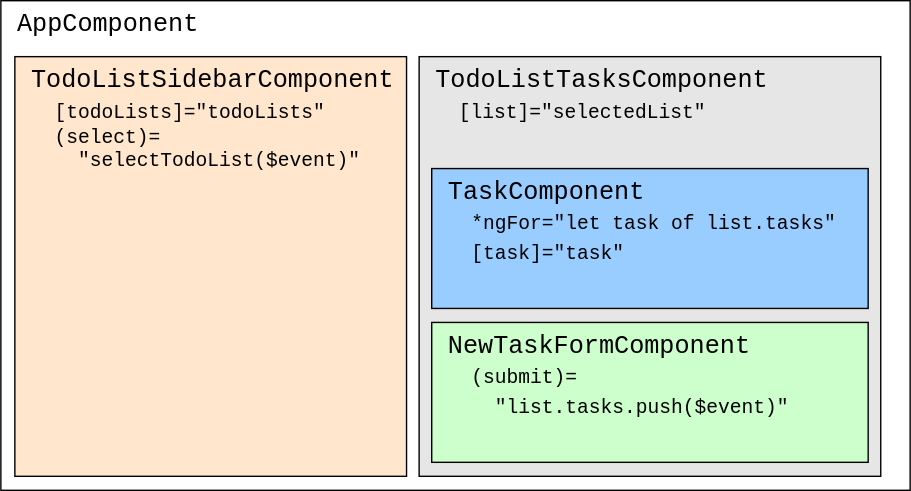
alexanderko/interlink-incamp keeps this draw.io diagram as docs/react/03.1-todo-list-components.svg. Above is the earlier version. Source tidied: cells renumbered, new cells last; positions are measured from the earlier drawing's top-left corner, leaving out a move shared by most shapes. Source of this version:
```xml
<mxGraphModel>
  <root>
    <mxCell id="0" />
    <mxCell id="1" parent="0" />
    <mxCell id="2" value="AppComponent" style="rounded=0;whiteSpace=wrap;html=1;align=left;verticalAlign=top;fontSize=18;fontFamily=Courier New;spacingLeft=10;" parent="1" vertex="1">
      <mxGeometry width="650" height="350" as="geometry" />
    </mxCell>
    <mxCell id="3" value="&lt;span id=&quot;docs-internal-guid-d5a91e3b-7fff-e5bd-03f1-555495b2bece&quot; style=&quot;font-size: 14px&quot;&gt;&lt;p dir=&quot;ltr&quot; style=&quot;line-height: 1.2 ; margin-top: 0pt ; margin-bottom: 0pt&quot;&gt;&lt;span style=&quot;font-size: 18px ; background-color: transparent ; vertical-align: baseline&quot;&gt;TodoListSidebarComponent&lt;/span&gt;&lt;span style=&quot;font-size: 18px ; background-color: transparent ; vertical-align: baseline&quot;&gt;&lt;br style=&quot;font-size: 18px&quot;&gt;&lt;/span&gt;&lt;span style=&quot;font-size: 18px ; background-color: transparent ; vertical-align: baseline&quot;&gt;&lt;span class=&quot;Apple-tab-span&quot; style=&quot;font-size: 18px&quot;&gt;&lt;/span&gt;&lt;/span&gt;&lt;span style=&quot;background-color: transparent ; vertical-align: baseline&quot;&gt;&amp;nbsp; [todoLists]=&quot;todoLists&quot;&lt;br&gt;&lt;/span&gt;&lt;/p&gt;&lt;div style=&quot;text-indent: 0px&quot;&gt;&lt;span style=&quot;background-color: transparent ; text-indent: 36pt&quot;&gt;&amp;nbsp; (select)=&lt;/span&gt;&lt;/div&gt;&lt;div style=&quot;text-indent: 0px&quot;&gt;&lt;span style=&quot;background-color: transparent ; text-indent: 36pt&quot;&gt;&amp;nbsp; &amp;nbsp; &quot;selectTodoList($event)&quot;&lt;/span&gt;&lt;/div&gt;&lt;/span&gt;&lt;p&gt;&lt;/p&gt;&lt;div&gt;&lt;span style=&quot;background-color: transparent ; vertical-align: baseline&quot;&gt;&lt;br style=&quot;font-size: 18px&quot;&gt;&lt;/span&gt;&lt;/div&gt;" style="rounded=0;whiteSpace=wrap;html=1;align=left;verticalAlign=top;fontSize=18;fontFamily=Courier New;spacingLeft=10;fillColor=#FFE6CC;" parent="1" vertex="1">
      <mxGeometry x="10" y="40" width="280" height="300" as="geometry" />
    </mxCell>
    <mxCell id="4" value="&lt;div&gt;TodoListTasksComponent&lt;/div&gt;&lt;div&gt;&lt;font style=&quot;font-size: 14px&quot;&gt;&amp;nbsp; [list]=&quot;selectedList&quot;&lt;/font&gt;&lt;/div&gt;&lt;div&gt;&lt;br&gt;&lt;/div&gt;" style="rounded=0;whiteSpace=wrap;html=1;align=left;verticalAlign=top;fontSize=18;fontFamily=Courier New;spacingLeft=10;fillColor=#E6E6E6;" parent="1" vertex="1">
      <mxGeometry x="299" y="40" width="330" height="300" as="geometry" />
    </mxCell>
    <mxCell id="5" value="&lt;div&gt;TaskComponent&lt;/div&gt;&lt;div&gt;&lt;font style=&quot;font-size: 14px&quot;&gt;&amp;nbsp; *ngFor=&quot;let task of list.tasks&quot;&lt;br&gt;&lt;/font&gt;&lt;/div&gt;&lt;div&gt;&lt;font style=&quot;font-size: 14px&quot;&gt;&amp;nbsp; [task]=&quot;task&quot;&lt;/font&gt;&lt;/div&gt;&lt;div&gt;&lt;br&gt;&lt;/div&gt;&lt;div&gt;&lt;br&gt;&lt;/div&gt;" style="rounded=0;whiteSpace=wrap;html=1;align=left;verticalAlign=top;fontSize=18;fontFamily=Courier New;spacingLeft=10;fillColor=#99CCFF;" parent="1" vertex="1">
      <mxGeometry x="308" y="120" width="312" height="100" as="geometry" />
    </mxCell>
    <mxCell id="6" value="&lt;div&gt;NewTaskFormComponent&lt;span style=&quot;font-size: 14px&quot;&gt;&amp;nbsp;&amp;nbsp;&lt;/span&gt;&lt;/div&gt;&lt;span style=&quot;font-size: 14px&quot;&gt;&amp;nbsp; (submit)=&lt;br&gt;&amp;nbsp; &amp;nbsp; &quot;list.tasks.push($event)&quot;&lt;/span&gt;&lt;div&gt;&lt;br&gt;&lt;/div&gt;" style="rounded=0;whiteSpace=wrap;html=1;align=left;verticalAlign=top;fontSize=18;fontFamily=Courier New;spacingLeft=10;fillColor=#CCFFCC;" parent="1" vertex="1">
      <mxGeometry x="308" y="230" width="312" height="100" as="geometry" />
    </mxCell>
  </root>
</mxGraphModel>
```
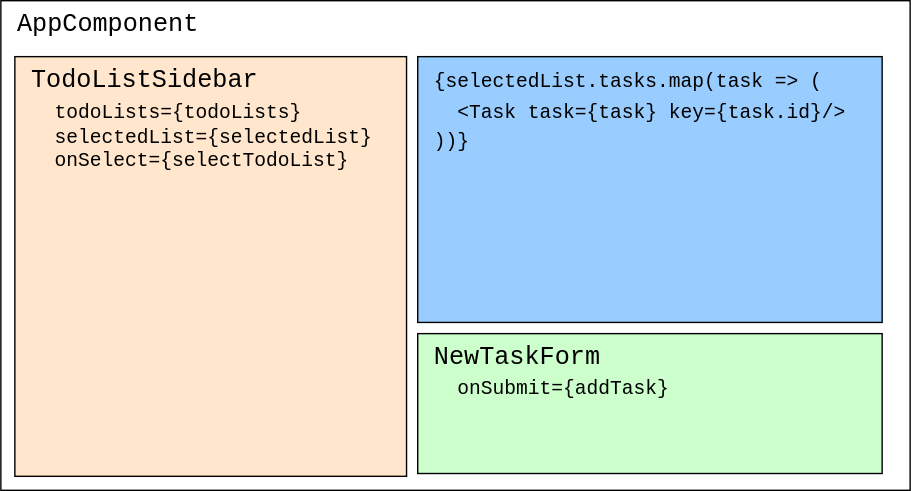
After the commit.

Commit message:
[react] Update components diagram according to React style

The edit, as a diff of the source:
```diff
@@ -5,17 +5,14 @@
     <mxCell id="2" value="AppComponent" style="rounded=0;whiteSpace=wrap;html=1;align=left;verticalAlign=top;fontSize=18;fontFamily=Courier New;spacingLeft=10;" parent="1" vertex="1">
       <mxGeometry width="650" height="350" as="geometry" />
     </mxCell>
-    <mxCell id="3" value="&lt;span id=&quot;docs-internal-guid-d5a91e3b-7fff-e5bd-03f1-555495b2bece&quot; style=&quot;font-size: 14px&quot;&gt;&lt;p dir=&quot;ltr&quot; style=&quot;line-height: 1.2 ; margin-top: 0pt ; margin-bottom: 0pt&quot;&gt;&lt;span style=&quot;font-size: 18px ; background-color: transparent ; vertical-align: baseline&quot;&gt;TodoListSidebarComponent&lt;/span&gt;&lt;span style=&quot;font-size: 18px ; background-color: transparent ; vertical-align: baseline&quot;&gt;&lt;br style=&quot;font-size: 18px&quot;&gt;&lt;/span&gt;&lt;span style=&quot;font-size: 18px ; background-color: transparent ; vertical-align: baseline&quot;&gt;&lt;span class=&quot;Apple-tab-span&quot; style=&quot;font-size: 18px&quot;&gt;&lt;/span&gt;&lt;/span&gt;&lt;span style=&quot;background-color: transparent ; vertical-align: baseline&quot;&gt;&amp;nbsp; [todoLists]=&quot;todoLists&quot;&lt;br&gt;&lt;/span&gt;&lt;/p&gt;&lt;div style=&quot;text-indent: 0px&quot;&gt;&lt;span style=&quot;background-color: transparent ; text-indent: 36pt&quot;&gt;&amp;nbsp; (select)=&lt;/span&gt;&lt;/div&gt;&lt;div style=&quot;text-indent: 0px&quot;&gt;&lt;span style=&quot;background-color: transparent ; text-indent: 36pt&quot;&gt;&amp;nbsp; &amp;nbsp; &quot;selectTodoList($event)&quot;&lt;/span&gt;&lt;/div&gt;&lt;/span&gt;&lt;p&gt;&lt;/p&gt;&lt;div&gt;&lt;span style=&quot;background-color: transparent ; vertical-align: baseline&quot;&gt;&lt;br style=&quot;font-size: 18px&quot;&gt;&lt;/span&gt;&lt;/div&gt;" style="rounded=0;whiteSpace=wrap;html=1;align=left;verticalAlign=top;fontSize=18;fontFamily=Courier New;spacingLeft=10;fillColor=#FFE6CC;" parent="1" vertex="1">
+    <mxCell id="3" value="&lt;span id=&quot;docs-internal-guid-d5a91e3b-7fff-e5bd-03f1-555495b2bece&quot; style=&quot;font-size: 14px&quot;&gt;&lt;p dir=&quot;ltr&quot; style=&quot;line-height: 1.2 ; margin-top: 0pt ; margin-bottom: 0pt&quot;&gt;&lt;span style=&quot;background-color: transparent ; font-size: 18px&quot;&gt;TodoListSidebar&lt;/span&gt;&lt;br&gt;&lt;/p&gt;&lt;p dir=&quot;ltr&quot; style=&quot;line-height: 1.2 ; margin-top: 0pt ; margin-bottom: 0pt&quot;&gt;&lt;span style=&quot;font-size: 18px ; background-color: transparent ; vertical-align: baseline&quot;&gt;&lt;span class=&quot;Apple-tab-span&quot; style=&quot;font-size: 18px&quot;&gt;&lt;/span&gt;&lt;/span&gt;&lt;span style=&quot;background-color: transparent ; vertical-align: baseline&quot;&gt;&amp;nbsp; todoLists={todoLists}&lt;br&gt;&lt;/span&gt;&lt;/p&gt;&lt;p dir=&quot;ltr&quot; style=&quot;line-height: 1.2 ; margin-top: 0pt ; margin-bottom: 0pt&quot;&gt;&lt;span style=&quot;background-color: transparent ; vertical-align: baseline&quot;&gt;&amp;nbsp; selectedList={selectedList}&lt;/span&gt;&lt;/p&gt;&lt;div style=&quot;text-indent: 0px&quot;&gt;&lt;span style=&quot;background-color: transparent ; text-indent: 36pt&quot;&gt;&amp;nbsp; onSelect=&lt;/span&gt;&lt;span style=&quot;background-color: transparent ; text-indent: 36pt&quot;&gt;{selectTodoList}&lt;/span&gt;&lt;/div&gt;&lt;/span&gt;&lt;p&gt;&lt;/p&gt;&lt;div&gt;&lt;span style=&quot;background-color: transparent ; vertical-align: baseline&quot;&gt;&lt;br style=&quot;font-size: 18px&quot;&gt;&lt;/span&gt;&lt;/div&gt;" style="rounded=0;whiteSpace=wrap;html=1;align=left;verticalAlign=top;fontSize=18;fontFamily=Courier New;spacingLeft=10;fillColor=#FFE6CC;" parent="1" vertex="1">
       <mxGeometry x="10" y="40" width="280" height="300" as="geometry" />
     </mxCell>
-    <mxCell id="4" value="&lt;div&gt;TodoListTasksComponent&lt;/div&gt;&lt;div&gt;&lt;font style=&quot;font-size: 14px&quot;&gt;&amp;nbsp; [list]=&quot;selectedList&quot;&lt;/font&gt;&lt;/div&gt;&lt;div&gt;&lt;br&gt;&lt;/div&gt;" style="rounded=0;whiteSpace=wrap;html=1;align=left;verticalAlign=top;fontSize=18;fontFamily=Courier New;spacingLeft=10;fillColor=#E6E6E6;" parent="1" vertex="1">
-      <mxGeometry x="299" y="40" width="330" height="300" as="geometry" />
-    </mxCell>
-    <mxCell id="5" value="&lt;div&gt;TaskComponent&lt;/div&gt;&lt;div&gt;&lt;font style=&quot;font-size: 14px&quot;&gt;&amp;nbsp; *ngFor=&quot;let task of list.tasks&quot;&lt;br&gt;&lt;/font&gt;&lt;/div&gt;&lt;div&gt;&lt;font style=&quot;font-size: 14px&quot;&gt;&amp;nbsp; [task]=&quot;task&quot;&lt;/font&gt;&lt;/div&gt;&lt;div&gt;&lt;br&gt;&lt;/div&gt;&lt;div&gt;&lt;br&gt;&lt;/div&gt;" style="rounded=0;whiteSpace=wrap;html=1;align=left;verticalAlign=top;fontSize=18;fontFamily=Courier New;spacingLeft=10;fillColor=#99CCFF;" parent="1" vertex="1">
-      <mxGeometry x="308" y="120" width="312" height="100" as="geometry" />
+    <mxCell id="5" value="&lt;div&gt;&lt;span style=&quot;font-size: 14px&quot;&gt;{selectedList.tasks.map(task =&amp;gt; (&lt;/span&gt;&lt;/div&gt;&lt;div&gt;&lt;span style=&quot;font-size: 14px&quot;&gt;&amp;nbsp; &amp;lt;Task task={task} key={task.id}/&amp;gt;&lt;/span&gt;&lt;/div&gt;&lt;div&gt;&lt;span style=&quot;font-size: 14px&quot;&gt;))}&lt;/span&gt;&lt;br&gt;&lt;/div&gt;&lt;div&gt;&lt;br&gt;&lt;/div&gt;" style="rounded=0;whiteSpace=wrap;html=1;align=left;verticalAlign=top;fontSize=18;fontFamily=Courier New;spacingLeft=10;fillColor=#99CCFF;" parent="1" vertex="1">
+      <mxGeometry x="298" y="40" width="332" height="190" as="geometry" />
     </mxCell>
-    <mxCell id="6" value="&lt;div&gt;NewTaskFormComponent&lt;span style=&quot;font-size: 14px&quot;&gt;&amp;nbsp;&amp;nbsp;&lt;/span&gt;&lt;/div&gt;&lt;span style=&quot;font-size: 14px&quot;&gt;&amp;nbsp; (submit)=&lt;br&gt;&amp;nbsp; &amp;nbsp; &quot;list.tasks.push($event)&quot;&lt;/span&gt;&lt;div&gt;&lt;br&gt;&lt;/div&gt;" style="rounded=0;whiteSpace=wrap;html=1;align=left;verticalAlign=top;fontSize=18;fontFamily=Courier New;spacingLeft=10;fillColor=#CCFFCC;" parent="1" vertex="1">
-      <mxGeometry x="308" y="230" width="312" height="100" as="geometry" />
+    <mxCell id="6" value="&lt;div&gt;NewTaskForm&lt;/div&gt;&lt;span style=&quot;font-size: 14px&quot;&gt;&amp;nbsp; onSubmit={addTask}&amp;nbsp; &amp;nbsp;&amp;nbsp;&lt;/span&gt;&lt;div&gt;&lt;br&gt;&lt;/div&gt;" style="rounded=0;whiteSpace=wrap;html=1;align=left;verticalAlign=top;fontSize=18;fontFamily=Courier New;spacingLeft=10;fillColor=#CCFFCC;" parent="1" vertex="1">
+      <mxGeometry x="298" y="238" width="332" height="100" as="geometry" />
     </mxCell>
   </root>
 </mxGraphModel>
```
